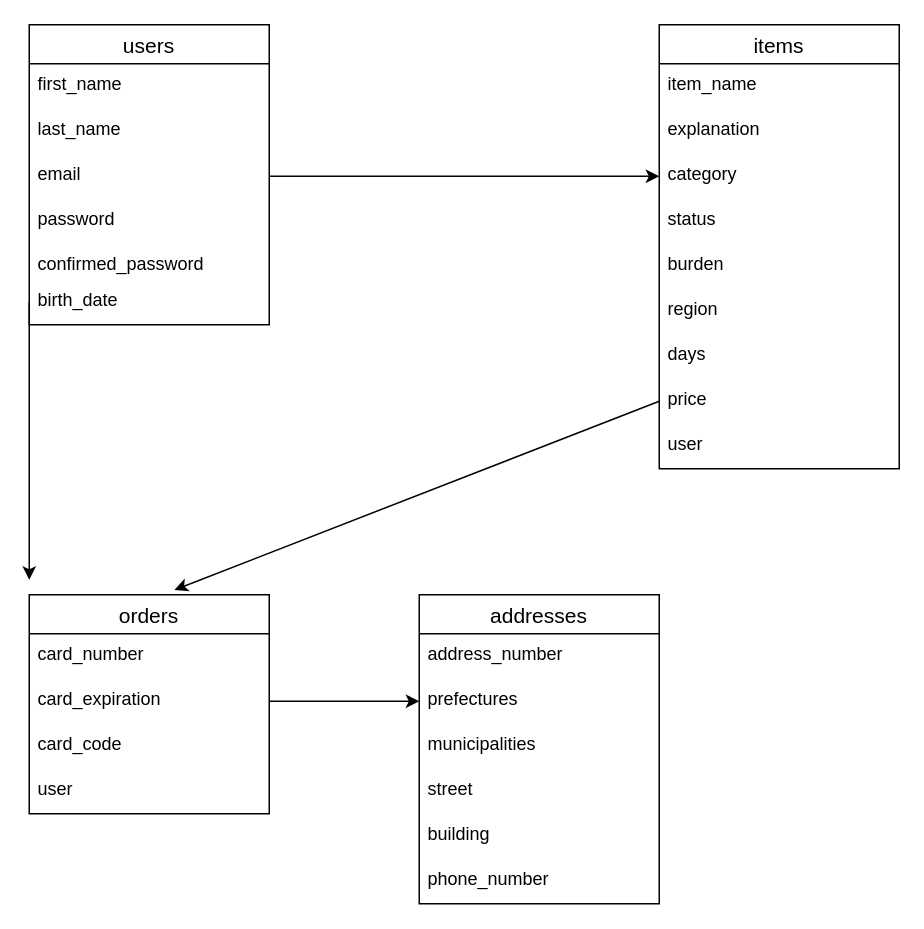
Before: .dio in yosizumi1919/furima-41652, a draw.io diagram. Source tidied: cells renumbered, new cells numbered last; positions are measured from the earlier drawing's top-left corner, leaving out a move shared by most shapes. Both pictures are drawn from the tidied source at 150%, with x=0, y=0 at pixel (28, 24).
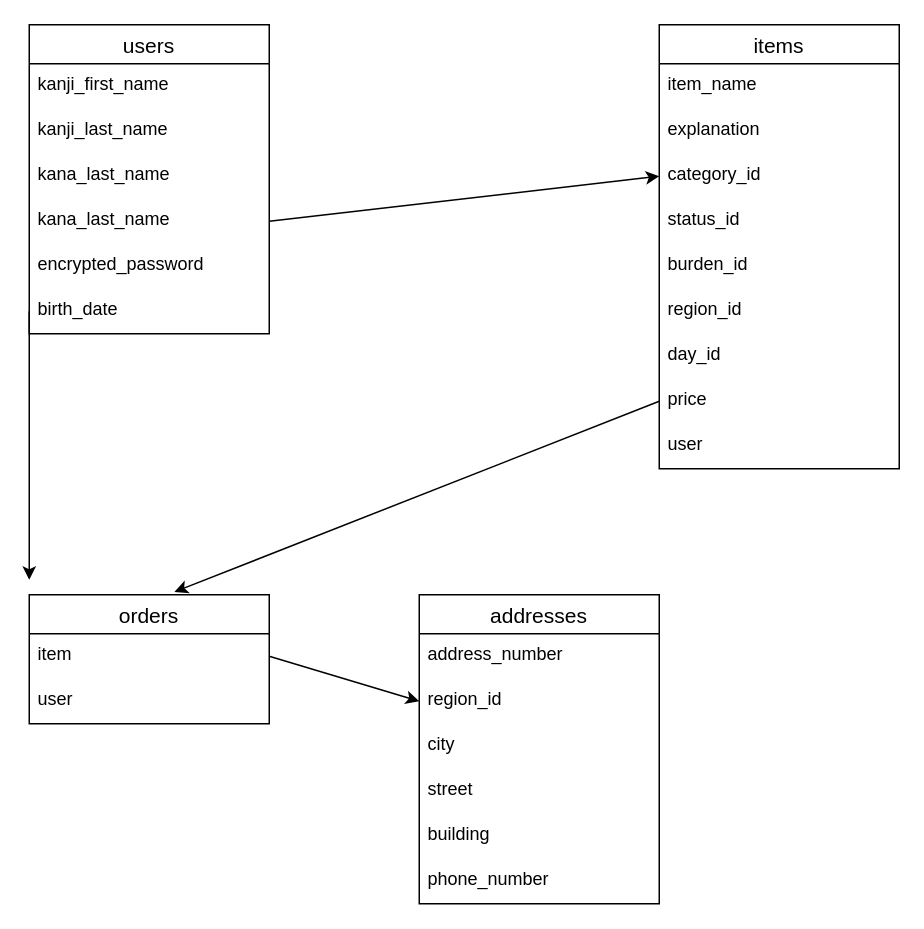
After the change.

The change refers to these unchanged cells:
```xml
<mxCell id="9" value="items" style="swimlane;fontStyle=0;horizontal=1;startSize=26;align=center;fontSize=14;" parent="1" vertex="1">
  <mxGeometry x="420" width="160" height="296" as="geometry" />
</mxCell>
<mxCell id="19" value="addresses" style="swimlane;fontStyle=0;horizontal=1;startSize=26;align=center;fontSize=14;" parent="1" vertex="1">
  <mxGeometry x="260" y="380" width="160" height="206" as="geometry" />
</mxCell>
```

The edit, as a diff of the source:
```diff
@@
     <mxCell id="2" value="users" style="swimlane;fontStyle=0;horizontal=1;startSize=26;align=center;fontSize=14;" parent="1" vertex="1">
-      <mxGeometry width="160" height="200" as="geometry" />
+      <mxGeometry width="160" height="206" as="geometry" />
     </mxCell>
-    <mxCell id="3" value="first_name" style="text;strokeColor=none;fillColor=none;spacingLeft=4;spacingRight=4;overflow=hidden;fontSize=12;" parent="2" vertex="1">
+    <mxCell id="3" value="kanji_first_name" style="text;strokeColor=none;fillColor=none;spacingLeft=4;spacingRight=4;overflow=hidden;fontSize=12;" parent="2" vertex="1">
       <mxGeometry y="26" width="160" height="30" as="geometry" />
     </mxCell>
-    <mxCell id="4" value="last_name" style="text;strokeColor=none;fillColor=none;spacingLeft=4;spacingRight=4;overflow=hidden;fontSize=12;" parent="2" vertex="1">
+    <mxCell id="4" value="kanji_last_name" style="text;strokeColor=none;fillColor=none;spacingLeft=4;spacingRight=4;overflow=hidden;fontSize=12;" parent="2" vertex="1">
       <mxGeometry y="56" width="160" height="30" as="geometry" />
     </mxCell>
+    <mxCell id="35" value="kana_last_name" style="text;strokeColor=none;fillColor=none;spacingLeft=4;spacingRight=4;overflow=hidden;fontSize=12;" parent="2" vertex="1">
+      <mxGeometry y="86" width="160" height="30" as="geometry" />
+    </mxCell>
-    <mxCell id="5" value="email" style="text;strokeColor=none;fillColor=none;spacingLeft=4;spacingRight=4;overflow=hidden;points=[[0,0.5],[1,0.5]];portConstraint=eastwest;fontSize=12;" parent="2" vertex="1">
-      <mxGeometry y="86" width="160" height="30" as="geometry" />
+    <mxCell id="5" value="kana_last_name" style="text;strokeColor=none;fillColor=none;spacingLeft=4;spacingRight=4;overflow=hidden;points=[[0,0.5],[1,0.5]];portConstraint=eastwest;fontSize=12;" parent="2" vertex="1">
+      <mxGeometry y="116" width="160" height="30" as="geometry" />
     </mxCell>
-    <mxCell id="6" value="password" style="text;strokeColor=none;fillColor=none;spacingLeft=4;spacingRight=4;overflow=hidden;fontSize=12;" parent="2" vertex="1">
-      <mxGeometry y="116" width="160" height="30" as="geometry" />
+    <mxCell id="6" value="encrypted_password" style="text;strokeColor=none;fillColor=none;spacingLeft=4;spacingRight=4;overflow=hidden;fontSize=12;" parent="2" vertex="1">
+      <mxGeometry y="146" width="160" height="30" as="geometry" />
     </mxCell>
-    <mxCell id="7" value="confirmed_password" style="text;strokeColor=none;fillColor=none;spacingLeft=4;spacingRight=4;overflow=hidden;fontSize=12;" parent="2" vertex="1">
-      <mxGeometry y="146" width="160" height="24" as="geometry" />
-    </mxCell>
     <mxCell id="8" value="birth_date" style="text;strokeColor=none;fillColor=none;spacingLeft=4;spacingRight=4;overflow=hidden;points=[[0,0.5],[1,0.5]];portConstraint=eastwest;fontSize=12;" parent="2" vertex="1">
-      <mxGeometry y="170" width="160" height="30" as="geometry" />
+      <mxGeometry y="176" width="160" height="30" as="geometry" />
     </mxCell>
@@
-    <mxCell id="12" value="category" style="text;strokeColor=none;fillColor=none;spacingLeft=4;spacingRight=4;overflow=hidden;points=[[0,0.5],[1,0.5]];portConstraint=eastwest;fontSize=12;" parent="9" vertex="1">
+    <mxCell id="12" value="category_id " style="text;strokeColor=none;fillColor=none;spacingLeft=4;spacingRight=4;overflow=hidden;points=[[0,0.5],[1,0.5]];portConstraint=eastwest;fontSize=12;" parent="9" vertex="1">
       <mxGeometry y="86" width="160" height="30" as="geometry" />
     </mxCell>
-    <mxCell id="13" value="status" style="text;strokeColor=none;fillColor=none;spacingLeft=4;spacingRight=4;overflow=hidden;fontSize=12;" parent="9" vertex="1">
+    <mxCell id="13" value="status_id " style="text;strokeColor=none;fillColor=none;spacingLeft=4;spacingRight=4;overflow=hidden;fontSize=12;" parent="9" vertex="1">
       <mxGeometry y="116" width="160" height="30" as="geometry" />
     </mxCell>
-    <mxCell id="14" value="burden" style="text;strokeColor=none;fillColor=none;spacingLeft=4;spacingRight=4;overflow=hidden;fontSize=12;" parent="9" vertex="1">
+    <mxCell id="14" value="burden_id " style="text;strokeColor=none;fillColor=none;spacingLeft=4;spacingRight=4;overflow=hidden;fontSize=12;" parent="9" vertex="1">
       <mxGeometry y="146" width="160" height="30" as="geometry" />
     </mxCell>
-    <mxCell id="15" value="region" style="text;strokeColor=none;fillColor=none;spacingLeft=4;spacingRight=4;overflow=hidden;fontSize=12;" parent="9" vertex="1">
+    <mxCell id="15" value="region_id " style="text;strokeColor=none;fillColor=none;spacingLeft=4;spacingRight=4;overflow=hidden;fontSize=12;" parent="9" vertex="1">
       <mxGeometry y="176" width="160" height="30" as="geometry" />
     </mxCell>
-    <mxCell id="16" value="days" style="text;strokeColor=none;fillColor=none;spacingLeft=4;spacingRight=4;overflow=hidden;fontSize=12;" parent="9" vertex="1">
+    <mxCell id="16" value="day_id " style="text;strokeColor=none;fillColor=none;spacingLeft=4;spacingRight=4;overflow=hidden;fontSize=12;" parent="9" vertex="1">
       <mxGeometry y="206" width="160" height="30" as="geometry" />
     </mxCell>
@@
-    <mxCell id="21" value="prefectures" style="text;strokeColor=none;fillColor=none;spacingLeft=4;spacingRight=4;overflow=hidden;points=[[0,0.5],[1,0.5]];portConstraint=eastwest;fontSize=12;" parent="19" vertex="1">
+    <mxCell id="21" value="region_id" style="text;strokeColor=none;fillColor=none;spacingLeft=4;spacingRight=4;overflow=hidden;points=[[0,0.5],[1,0.5]];portConstraint=eastwest;fontSize=12;" parent="19" vertex="1">
       <mxGeometry y="56" width="160" height="30" as="geometry" />
     </mxCell>
-    <mxCell id="22" value="municipalities" style="text;strokeColor=none;fillColor=none;spacingLeft=4;spacingRight=4;overflow=hidden;fontSize=12;" parent="19" vertex="1">
+    <mxCell id="22" value="city" style="text;strokeColor=none;fillColor=none;spacingLeft=4;spacingRight=4;overflow=hidden;fontSize=12;" parent="19" vertex="1">
       <mxGeometry y="86" width="160" height="30" as="geometry" />
     </mxCell>
@@
     <mxCell id="26" value="orders" style="swimlane;fontStyle=0;horizontal=1;startSize=26;align=center;fontSize=14;" parent="1" vertex="1">
-      <mxGeometry y="380" width="160" height="146" as="geometry" />
+      <mxGeometry y="380" width="160" height="86" as="geometry" />
     </mxCell>
-    <mxCell id="27" value="card_number" style="text;strokeColor=none;fillColor=none;spacingLeft=4;spacingRight=4;overflow=hidden;fontSize=12;" parent="26" vertex="1">
-      <mxGeometry y="26" width="160" height="30" as="geometry" />
-    </mxCell>
-    <mxCell id="28" value="card_expiration" style="text;strokeColor=none;fillColor=none;spacingLeft=4;spacingRight=4;overflow=hidden;points=[[0,0.5],[1,0.5]];portConstraint=eastwest;fontSize=12;" parent="26" vertex="1">
-      <mxGeometry y="56" width="160" height="30" as="geometry" />
-    </mxCell>
-    <mxCell id="29" value="card_code" style="text;strokeColor=none;fillColor=none;spacingLeft=4;spacingRight=4;overflow=hidden;fontSize=12;" parent="26" vertex="1">
-      <mxGeometry y="86" width="160" height="30" as="geometry" />
-    </mxCell>
+    <mxCell id="36" value="item" style="text;strokeColor=none;fillColor=none;spacingLeft=4;spacingRight=4;overflow=hidden;fontSize=12;" parent="26" vertex="1">
+      <mxGeometry y="26" width="160" height="30" as="geometry" />
+    </mxCell>
     <mxCell id="30" value="user" style="text;strokeColor=none;fillColor=none;spacingLeft=4;spacingRight=4;overflow=hidden;fontSize=12;" parent="26" vertex="1">
-      <mxGeometry y="116" width="160" height="30" as="geometry" />
+      <mxGeometry y="56" width="160" height="30" as="geometry" />
     </mxCell>
@@
-    <mxCell id="33" style="edgeStyle=none;html=1;exitX=1;exitY=0.5;exitDx=0;exitDy=0;entryX=0;entryY=0.5;entryDx=0;entryDy=0;startArrow=none;startFill=0;" parent="1" edge="1" source="28" target="21">
-      <mxGeometry relative="1" as="geometry" />
+    <mxCell id="33" style="edgeStyle=none;html=1;exitX=1;exitY=0.5;exitDx=0;exitDy=0;entryX=0;entryY=0.5;entryDx=0;entryDy=0;startArrow=none;startFill=0;" parent="1" edge="1" target="21">
+      <mxGeometry relative="1" as="geometry">
+        <mxPoint x="160" y="421" as="sourcePoint" />
+      </mxGeometry>
     </mxCell>
```
